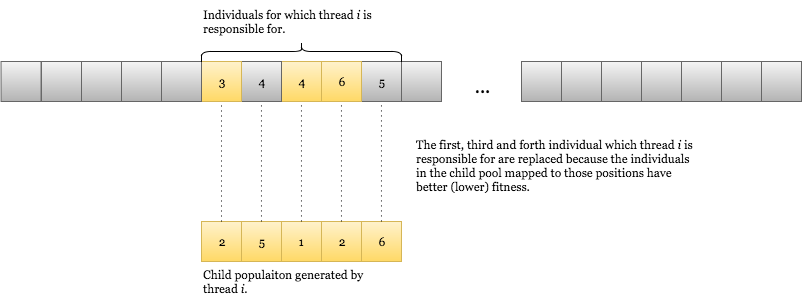
helenetangen/Thesis keeps this draw.io diagram as images/pool model update function.png. Above is the earlier version. Source tidied: cells renumbered, new cells last; positions are measured from the earlier drawing's top-left corner, leaving out a move shared by most shapes. Source of this version:
```xml
<mxGraphModel background="#ffffff">
  <root>
    <mxCell id="0" />
    <mxCell id="1" parent="0" />
    <mxCell id="2" style="whiteSpace=wrap;html=1;plain-gray;" parent="1" vertex="1">
      <mxGeometry x="80" y="60" width="40" height="40" as="geometry" />
    </mxCell>
    <mxCell id="3" style="whiteSpace=wrap;html=1;plain-gray;" parent="1" vertex="1">
      <mxGeometry x="760" y="60" width="40" height="40" as="geometry" />
    </mxCell>
    <mxCell id="4" style="whiteSpace=wrap;html=1;plain-gray;" parent="1" vertex="1">
      <mxGeometry x="720" y="60" width="40" height="40" as="geometry" />
    </mxCell>
    <mxCell id="5" style="whiteSpace=wrap;html=1;plain-gray;" parent="1" vertex="1">
      <mxGeometry x="400" y="60" width="40" height="40" as="geometry" />
    </mxCell>
    <mxCell id="6" value="5" style="whiteSpace=wrap;html=1;fontFamily=Georgia;plain-gray;" parent="1" vertex="1">
      <mxGeometry x="360" y="60" width="40" height="40" as="geometry" />
    </mxCell>
    <mxCell id="7" style="whiteSpace=wrap;html=1;plain-gray;" parent="1" vertex="1">
      <mxGeometry x="680" y="60" width="40" height="40" as="geometry" />
    </mxCell>
    <mxCell id="8" style="whiteSpace=wrap;html=1;plain-gray;" parent="1" vertex="1">
      <mxGeometry x="640" y="60" width="40" height="40" as="geometry" />
    </mxCell>
    <mxCell id="9" style="whiteSpace=wrap;html=1;plain-gray;" parent="1" vertex="1">
      <mxGeometry x="600" y="60" width="40" height="40" as="geometry" />
    </mxCell>
    <mxCell id="10" style="whiteSpace=wrap;html=1;plain-gray;" parent="1" vertex="1">
      <mxGeometry x="560" y="60" width="40" height="40" as="geometry" />
    </mxCell>
    <mxCell id="11" style="whiteSpace=wrap;html=1;plain-gray;" parent="1" vertex="1">
      <mxGeometry x="520" y="60" width="40" height="40" as="geometry" />
    </mxCell>
    <mxCell id="12" style="whiteSpace=wrap;html=1;plain-gray;" parent="1" vertex="1">
      <mxGeometry x="40" y="60" width="40" height="40" as="geometry" />
    </mxCell>
    <mxCell id="13" style="whiteSpace=wrap;html=1;plain-gray;" parent="1" vertex="1">
      <mxGeometry x="-0.4" y="60" width="40" height="40" as="geometry" />
    </mxCell>
    <mxCell id="14" value="6" style="whiteSpace=wrap;html=1;fontFamily=Georgia;plain-yellow;" parent="1" vertex="1">
      <mxGeometry x="320" y="60" width="40" height="40" as="geometry" />
    </mxCell>
    <mxCell id="15" value="4" style="whiteSpace=wrap;html=1;fontFamily=Georgia;plain-yellow;" parent="1" vertex="1">
      <mxGeometry x="280" y="60" width="40" height="40" as="geometry" />
    </mxCell>
    <mxCell id="16" value="4" style="whiteSpace=wrap;html=1;fontFamily=Georgia;plain-gray;" parent="1" vertex="1">
      <mxGeometry x="240" y="60" width="40" height="40" as="geometry" />
    </mxCell>
    <mxCell id="17" value="3" style="whiteSpace=wrap;html=1;fontFamily=Georgia;plain-yellow;" parent="1" vertex="1">
      <mxGeometry x="200" y="60" width="40" height="40" as="geometry" />
    </mxCell>
    <mxCell id="18" style="whiteSpace=wrap;html=1;plain-gray;" parent="1" vertex="1">
      <mxGeometry x="160" y="60" width="40" height="40" as="geometry" />
    </mxCell>
    <mxCell id="19" style="whiteSpace=wrap;html=1;plain-gray;" parent="1" vertex="1">
      <mxGeometry x="120" y="60" width="40" height="40" as="geometry" />
    </mxCell>
    <mxCell id="20" value="&lt;font style=&quot;font-size: 19px&quot; face=&quot;Georgia&quot;&gt;...&lt;/font&gt;" style="text;html=1;strokeColor=none;fillColor=none;align=center;verticalAlign=middle;whiteSpace=wrap;overflow=hidden;" parent="1" vertex="1">
      <mxGeometry x="460" y="70" width="40" height="30" as="geometry" />
    </mxCell>
    <mxCell id="21" value="2" style="whiteSpace=wrap;html=1;plain-yellow;fontFamily=Georgia;" parent="1" vertex="1">
      <mxGeometry x="200" y="220" width="40" height="40" as="geometry" />
    </mxCell>
    <mxCell id="22" value="6" style="whiteSpace=wrap;html=1;plain-yellow;fontFamily=Georgia;" parent="1" vertex="1">
      <mxGeometry x="360" y="220" width="40" height="40" as="geometry" />
    </mxCell>
    <mxCell id="23" value="2" style="whiteSpace=wrap;html=1;plain-yellow;fontFamily=Georgia;" parent="1" vertex="1">
      <mxGeometry x="320" y="220" width="40" height="40" as="geometry" />
    </mxCell>
    <mxCell id="24" value="1" style="whiteSpace=wrap;html=1;plain-yellow;fontFamily=Georgia;" parent="1" vertex="1">
      <mxGeometry x="280" y="220" width="40" height="40" as="geometry" />
    </mxCell>
    <mxCell id="25" value="5" style="whiteSpace=wrap;html=1;plain-yellow;fontFamily=Georgia;" parent="1" vertex="1">
      <mxGeometry x="240" y="220" width="40" height="40" as="geometry" />
    </mxCell>
    <mxCell id="26" value="Child populaiton generated by thread &lt;i&gt;i&lt;/i&gt;." style="text;html=1;strokeColor=none;fillColor=none;align=left;verticalAlign=top;whiteSpace=wrap;overflow=hidden;fontFamily=Georgia;" parent="1" vertex="1">
      <mxGeometry x="200" y="260" width="200" height="40" as="geometry" />
    </mxCell>
    <mxCell id="27" value="Individuals for which thread &lt;i&gt;i&lt;/i&gt; is responsible for." style="text;html=1;strokeColor=none;fillColor=none;align=left;verticalAlign=top;whiteSpace=wrap;overflow=hidden;fontFamily=Georgia;" parent="1" vertex="1">
      <mxGeometry x="200" width="200" height="40" as="geometry" />
    </mxCell>
    <mxCell id="28" style="endArrow=none;html=1;dashed=1;dashPattern=1 4;fontFamily=Georgia;entryX=0.5;entryY=1;exitX=0.5;exitY=0;" parent="1" edge="1" source="21" target="17">
      <mxGeometry relative="1" as="geometry" />
    </mxCell>
    <mxCell id="29" style="endArrow=none;html=1;dashed=1;dashPattern=1 4;fontFamily=Georgia;entryX=0.5;entryY=1;exitX=0.5;exitY=0;" parent="1" edge="1">
      <mxGeometry x="260" y="239.9" as="geometry">
        <mxPoint x="260" y="219.9" as="sourcePoint" />
        <mxPoint x="260" y="99.9" as="targetPoint" />
      </mxGeometry>
    </mxCell>
    <mxCell id="30" style="endArrow=none;html=1;dashed=1;dashPattern=1 4;fontFamily=Georgia;entryX=0.5;entryY=1;exitX=0.5;exitY=0;" parent="1" edge="1">
      <mxGeometry x="300" y="239.9" as="geometry">
        <mxPoint x="300" y="219.9" as="sourcePoint" />
        <mxPoint x="300" y="99.9" as="targetPoint" />
      </mxGeometry>
    </mxCell>
    <mxCell id="31" style="endArrow=none;html=1;dashed=1;dashPattern=1 4;fontFamily=Georgia;entryX=0.5;entryY=1;exitX=0.5;exitY=0;" parent="1" edge="1">
      <mxGeometry x="340" y="239.9" as="geometry">
        <mxPoint x="340" y="219.9" as="sourcePoint" />
        <mxPoint x="340" y="99.9" as="targetPoint" />
      </mxGeometry>
    </mxCell>
    <mxCell id="32" style="endArrow=none;html=1;dashed=1;dashPattern=1 4;fontFamily=Georgia;entryX=0.5;entryY=1;exitX=0.5;exitY=0;" parent="1" edge="1">
      <mxGeometry x="380" y="239.9" as="geometry">
        <mxPoint x="380" y="219.9" as="sourcePoint" />
        <mxPoint x="380" y="99.9" as="targetPoint" />
      </mxGeometry>
    </mxCell>
    <mxCell id="33" style="shape=curlyBracket;whiteSpace=wrap;html=1;rounded=1;fontFamily=Georgia;align=left;direction=south;" parent="1" vertex="1">
      <mxGeometry x="200" y="40" width="200" height="20" as="geometry" />
    </mxCell>
    <mxCell id="34" value="The first, third and forth individual which thread &lt;i&gt;i&lt;/i&gt; is responsible for are replaced because the individuals in the child pool mapped to those positions have better (lower) fitness." style="text;html=1;strokeColor=none;fillColor=none;align=left;verticalAlign=top;whiteSpace=wrap;overflow=hidden;fontFamily=Georgia;" parent="1" vertex="1">
      <mxGeometry x="413" y="130" width="287" height="80" as="geometry" />
    </mxCell>
  </root>
</mxGraphModel>
```
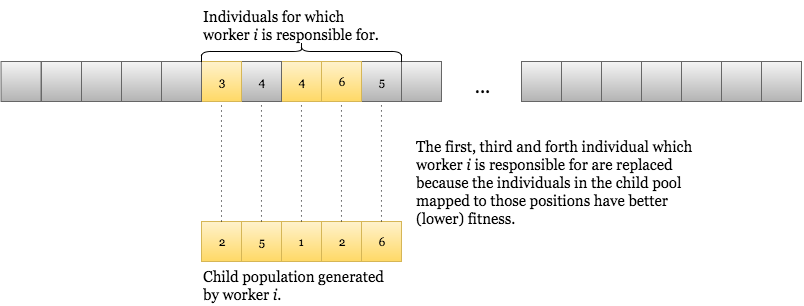
After the commit.

What changed in the source:
```diff
@@ -74,10 +74,10 @@
     <mxCell id="25" value="5" style="whiteSpace=wrap;html=1;plain-yellow;fontFamily=Georgia;" parent="1" vertex="1">
       <mxGeometry x="240" y="220" width="40" height="40" as="geometry" />
     </mxCell>
-    <mxCell id="26" value="Child populaiton generated by thread &lt;i&gt;i&lt;/i&gt;." style="text;html=1;strokeColor=none;fillColor=none;align=left;verticalAlign=top;whiteSpace=wrap;overflow=hidden;fontFamily=Georgia;" parent="1" vertex="1">
+    <mxCell id="26" value="Child population generated by worker&amp;nbsp;&lt;i&gt;i&lt;/i&gt;." style="text;html=1;strokeColor=none;fillColor=none;align=left;verticalAlign=top;whiteSpace=wrap;overflow=hidden;fontFamily=Georgia;fontSize=15;" parent="1" vertex="1">
       <mxGeometry x="200" y="260" width="200" height="40" as="geometry" />
     </mxCell>
-    <mxCell id="27" value="Individuals for which thread &lt;i&gt;i&lt;/i&gt; is responsible for." style="text;html=1;strokeColor=none;fillColor=none;align=left;verticalAlign=top;whiteSpace=wrap;overflow=hidden;fontFamily=Georgia;" parent="1" vertex="1">
+    <mxCell id="27" value="Individuals for which worker&amp;nbsp;&lt;i&gt;i&lt;/i&gt; is responsible for." style="text;html=1;strokeColor=none;fillColor=none;align=left;verticalAlign=top;whiteSpace=wrap;overflow=hidden;fontFamily=Georgia;fontSize=15;" parent="1" vertex="1">
       <mxGeometry x="200" width="200" height="40" as="geometry" />
     </mxCell>
     <mxCell id="28" style="endArrow=none;html=1;dashed=1;dashPattern=1 4;fontFamily=Georgia;entryX=0.5;entryY=1;exitX=0.5;exitY=0;" parent="1" edge="1" source="21" target="17">
@@ -110,8 +110,8 @@
     <mxCell id="33" style="shape=curlyBracket;whiteSpace=wrap;html=1;rounded=1;fontFamily=Georgia;align=left;direction=south;" parent="1" vertex="1">
       <mxGeometry x="200" y="40" width="200" height="20" as="geometry" />
     </mxCell>
-    <mxCell id="34" value="The first, third and forth individual which thread &lt;i&gt;i&lt;/i&gt; is responsible for are replaced because the individuals in the child pool mapped to those positions have better (lower) fitness." style="text;html=1;strokeColor=none;fillColor=none;align=left;verticalAlign=top;whiteSpace=wrap;overflow=hidden;fontFamily=Georgia;" parent="1" vertex="1">
-      <mxGeometry x="413" y="130" width="287" height="80" as="geometry" />
+    <mxCell id="34" value="The first, third and forth individual which worker&amp;nbsp;&lt;i&gt;i&lt;/i&gt; is responsible for are replaced because the individuals in the child pool mapped to those positions have better (lower) fitness." style="text;html=1;strokeColor=none;fillColor=none;align=left;verticalAlign=top;whiteSpace=wrap;overflow=hidden;fontFamily=Georgia;fontSize=15;" parent="1" vertex="1">
+      <mxGeometry x="413" y="130" width="297" height="100" as="geometry" />
     </mxCell>
   </root>
 </mxGraphModel>
```
